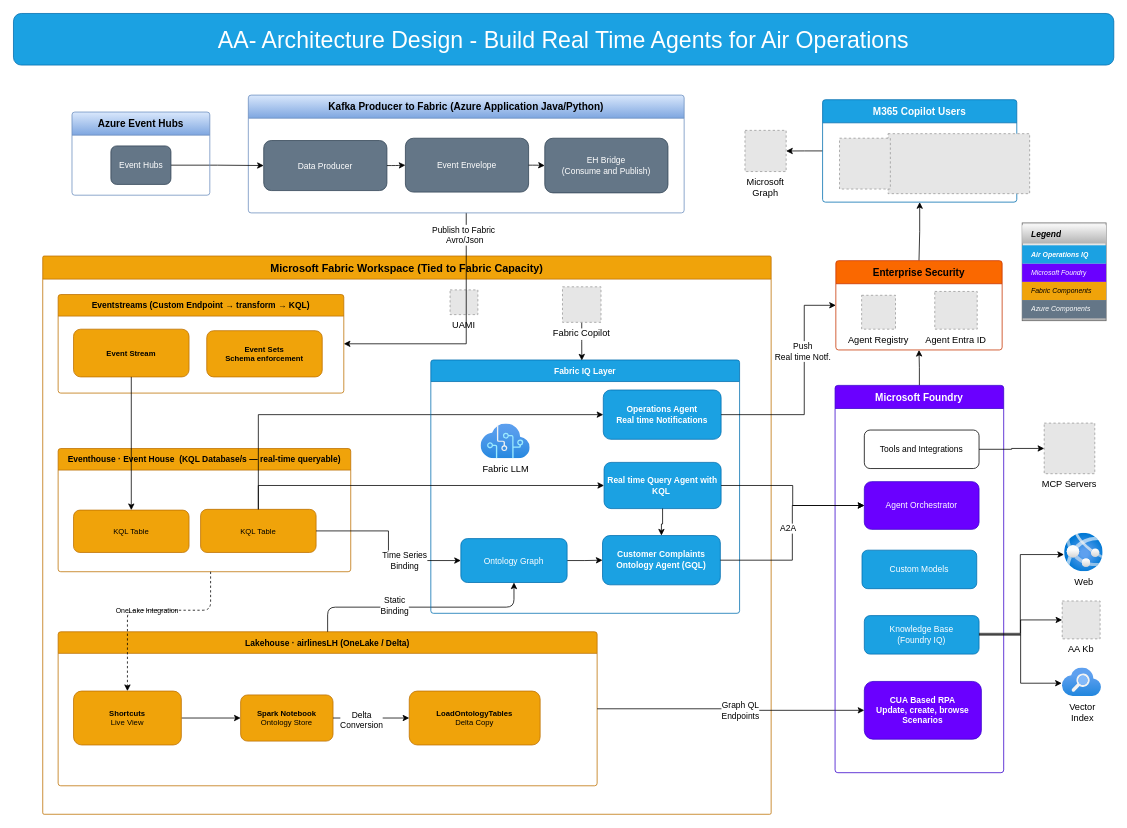
Earlier version of the draw.io diagram fabricarchitecture.drawio (sramayanam/CustComplaints). Source tidied: cells renumbered, new cells numbered last; positions are measured from the earlier drawing's top-left corner, leaving out a move shared by most shapes. Both pictures are drawn from the tidied source at 77%, with x=0, y=0 at pixel (13, 13). Pictures stored in the file or linked from it are replaced by grey dashed boxes.
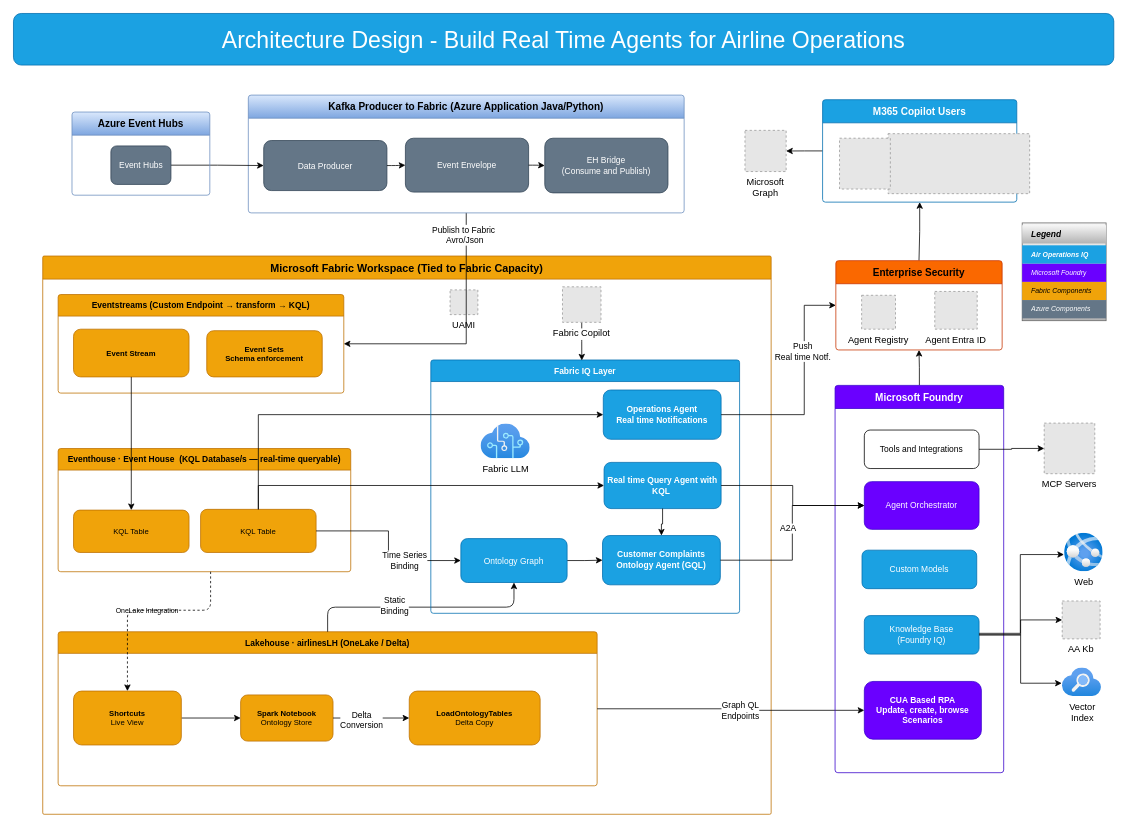
Above is the later version.

Diff of the diagram source:
```diff
@@
-    <mxCell id="48" value="AA- Architecture Design - Build Real Time Agents for Air Operations" style="text;html=1;align=center;verticalAlign=middle;whiteSpace=wrap;rounded=1;fontSize=30;labelBackgroundColor=none;fillColor=#1ba1e2;fontColor=#ffffff;strokeColor=#006EAF;" parent="1" vertex="1">
+    <mxCell id="48" value="Architecture Design - Build Real Time Agents for Airline Operations" style="text;html=1;align=center;verticalAlign=middle;whiteSpace=wrap;rounded=1;fontSize=30;labelBackgroundColor=none;fillColor=#1ba1e2;fontColor=#ffffff;strokeColor=#006EAF;" parent="1" vertex="1">
       <mxGeometry width="1429" height="67" as="geometry" />
     </mxCell>
```
